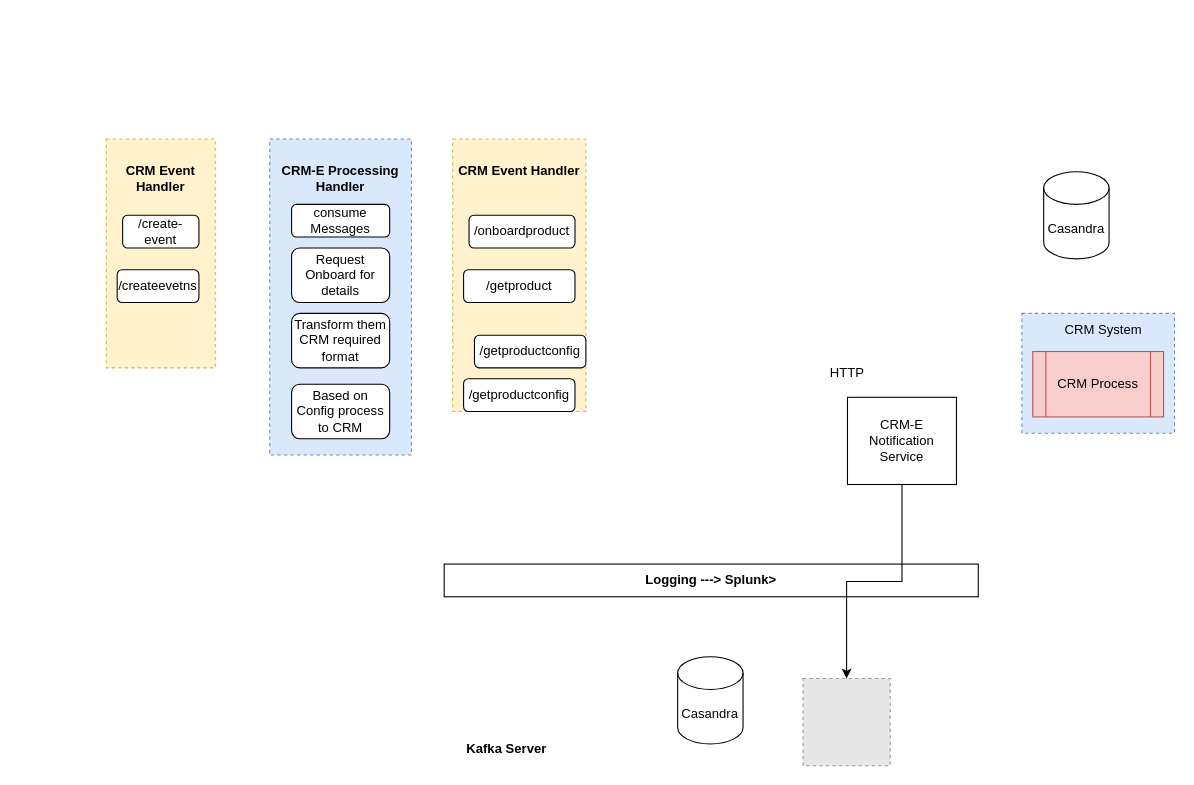
Above: page "Page-5" (5 of 5) of Untitled Diagram.drawio in thrivikramarajarao/easy_test_domain (draw.io), before the change. Source tidied: cells renumbered, new cells numbered last; positions are measured from the earlier drawing's top-left corner, leaving out a move shared by most shapes. Both pictures are drawn from the tidied source at 109%, with x=0, y=0 at pixel (106, 138). Pictures stored in the file or linked from it are replaced by grey dashed boxes.
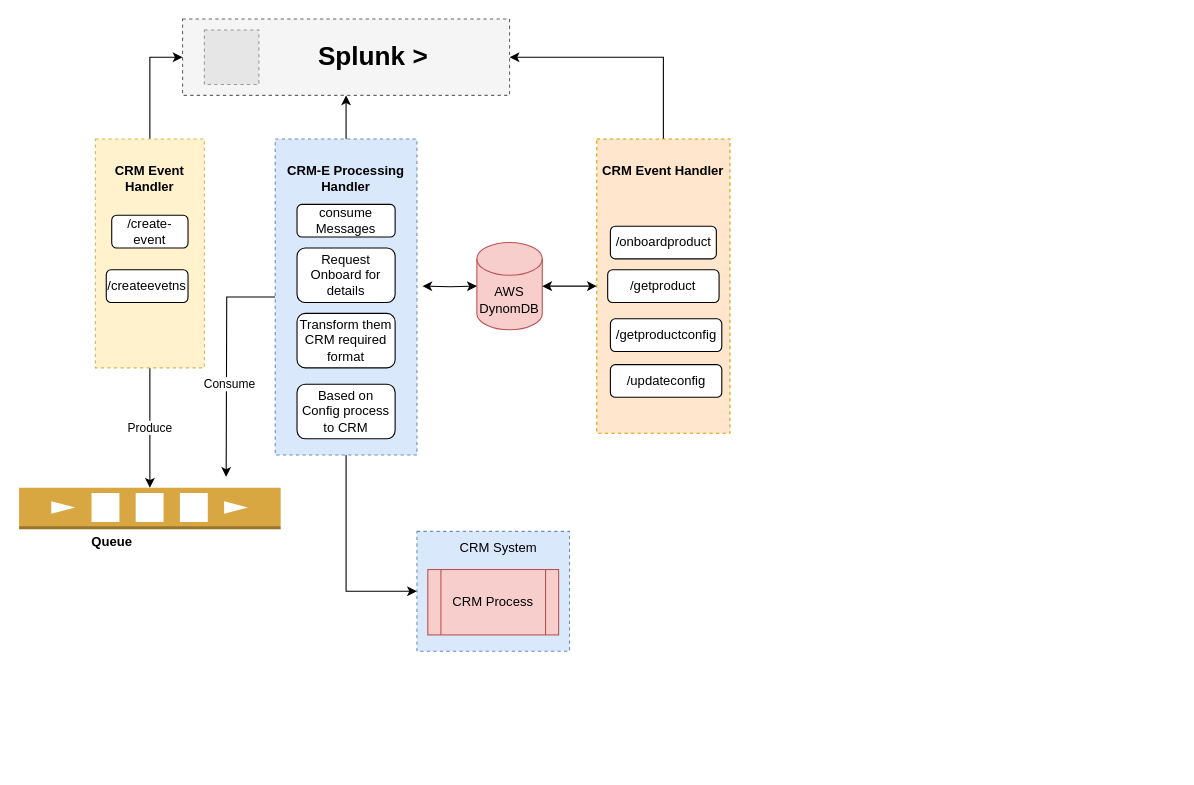
Above is the later version.

What changed in the source:
```diff
@@
-    <mxCell id="2" value="&lt;b&gt;Logging ---&amp;gt; Splunk&amp;gt;&lt;br&gt;&lt;/b&gt;" style="rounded=0;whiteSpace=wrap;html=1;" parent="1" vertex="1">
-      <mxGeometry x="310" y="390" width="490" height="30" as="geometry" />
-    </mxCell>
+    <mxCell id="26" style="rounded=0;whiteSpace=wrap;html=1;fillColor=#f5f5f5;fontColor=#333333;strokeColor=#666666;dashed=1;" parent="1" vertex="1">
+      <mxGeometry x="70" y="-110" width="300" height="70" as="geometry" />
+    </mxCell>
     <mxCell id="3" style="rounded=0;whiteSpace=wrap;html=1;dashed=1;fillColor=#dae8fc;strokeColor=#6c8ebf;" parent="1" vertex="1">
-      <mxGeometry x="840" y="160" width="140" height="110" as="geometry" />
+      <mxGeometry x="285" y="360" width="140" height="110" as="geometry" />
     </mxCell>
+    <mxCell id="27" value="Produce" style="edgeStyle=orthogonalEdgeStyle;rounded=0;jettySize=auto;html=1;" parent="1" edge="1" source="4" target="34">
+      <mxGeometry relative="1" as="geometry" />
+    </mxCell>
+    <mxCell id="28" style="edgeStyle=orthogonalEdgeStyle;rounded=0;jettySize=auto;html=1;entryX=0;entryY=0.5;entryDx=0;entryDy=0;" parent="1" edge="1" source="4" target="26">
+      <mxGeometry relative="1" as="geometry" />
+    </mxCell>
     <mxCell id="4" value="&lt;h4&gt;&lt;b&gt;CRM Event Handler&lt;/b&gt;&lt;/h4&gt;" style="rounded=0;whiteSpace=wrap;html=1;fillColor=#fff2cc;strokeColor=#d6b656;verticalAlign=top;dashed=1;" parent="1" vertex="1">
-      <mxGeometry width="100" height="210" as="geometry" />
+      <mxGeometry x="-10" width="100" height="210" as="geometry" />
     </mxCell>
+    <mxCell id="29" style="edgeStyle=orthogonalEdgeStyle;rounded=0;jettySize=auto;html=1;" parent="1" edge="1" source="5">
+      <mxGeometry relative="1" as="geometry">
+        <mxPoint x="110" y="310" as="targetPoint" />
+      </mxGeometry>
+    </mxCell>
+    <mxCell id="30" value="Consume" style="edgeLabel;html=1;align=center;verticalAlign=middle;" parent="29" vertex="1">
+      <mxGeometry x="0.18" y="2" relative="1" as="geometry" />
+    </mxCell>
+    <mxCell id="31" style="edgeStyle=orthogonalEdgeStyle;rounded=0;jettySize=auto;html=1;entryX=0.5;entryY=1;entryDx=0;entryDy=0;" parent="1" edge="1" source="5" target="26">
+      <mxGeometry relative="1" as="geometry" />
+    </mxCell>
+    <mxCell id="32" style="edgeStyle=orthogonalEdgeStyle;rounded=0;jettySize=auto;html=1;entryX=0;entryY=0.5;entryDx=0;entryDy=0;" parent="1" edge="1" source="5" target="3">
+      <mxGeometry relative="1" as="geometry" />
+    </mxCell>
     <mxCell id="5" value="&lt;h4 align=&quot;center&quot;&gt;&lt;font face=&quot;Helvetica&quot;&gt;&lt;span style=&quot;&quot;&gt;CRM-E Processing Handler &lt;/span&gt;&lt;/font&gt;&lt;/h4&gt;" style="rounded=0;whiteSpace=wrap;html=1;align=center;fontStyle=1;verticalAlign=top;fillColor=#dae8fc;strokeColor=#6c8ebf;dashed=1;" parent="1" vertex="1">
-      <mxGeometry x="150" width="130" height="290" as="geometry" />
+      <mxGeometry x="155" width="130" height="290" as="geometry" />
     </mxCell>
     <mxCell id="6" value="CRM System" style="text;html=1;strokeColor=none;fillColor=none;align=center;verticalAlign=middle;whiteSpace=wrap;rounded=0;" parent="1" vertex="1">
-      <mxGeometry x="870" y="160" width="90" height="30" as="geometry" />
+      <mxGeometry x="315" y="360" width="90" height="30" as="geometry" />
     </mxCell>
     <mxCell id="7" value="CRM Process " style="shape=process;whiteSpace=wrap;html=1;backgroundOutline=1;fillColor=#f8cecc;strokeColor=#b85450;" parent="1" vertex="1">
-      <mxGeometry x="850" y="195" width="120" height="60" as="geometry" />
+      <mxGeometry x="295" y="395" width="120" height="60" as="geometry" />
     </mxCell>
-    <mxCell id="8" value="HTTP" style="text;html=1;strokeColor=none;fillColor=none;align=center;verticalAlign=middle;whiteSpace=wrap;rounded=0;" parent="1" vertex="1">
-      <mxGeometry x="650" y="200" width="60" height="30" as="geometry" />
-    </mxCell>
-    <mxCell id="9" value="Casandra" style="shape=cylinder3;whiteSpace=wrap;html=1;boundedLbl=1;backgroundOutline=1;size=15;" parent="1" vertex="1">
-      <mxGeometry x="524.2" y="475" width="60" height="80" as="geometry" />
-    </mxCell>
-    <mxCell id="10" value="Casandra" style="shape=cylinder3;whiteSpace=wrap;html=1;boundedLbl=1;backgroundOutline=1;size=15;" parent="1" vertex="1">
-      <mxGeometry x="860" y="30" width="60" height="80" as="geometry" />
+    <mxCell id="10" value="AWS DynomDB" style="shape=cylinder3;whiteSpace=wrap;html=1;boundedLbl=1;backgroundOutline=1;size=15;fillColor=#f8cecc;strokeColor=#b85450;" parent="1" vertex="1">
+      <mxGeometry x="340" y="95" width="60" height="80" as="geometry" />
     </mxCell>
-    <mxCell id="11" value="&lt;b&gt;Kafka Server&lt;/b&gt;" style="text;html=1;strokeColor=none;fillColor=none;align=center;verticalAlign=middle;whiteSpace=wrap;rounded=0;" parent="1" vertex="1">
-      <mxGeometry x="322.4" y="545" width="90.8" height="30" as="geometry" />
+    <mxCell id="11" value="&lt;b&gt;Queue&lt;/b&gt;" style="text;html=1;strokeColor=none;fillColor=none;align=center;verticalAlign=middle;whiteSpace=wrap;rounded=0;" parent="1" vertex="1">
+      <mxGeometry x="-40" y="355" width="90.8" height="30" as="geometry" />
     </mxCell>
     <mxCell id="12" style="fillColor=#E6E6E6;strokeColor=#999999;dashed=1;html=1;verticalAlign=top;verticalLabelPosition=bottom;labelBackgroundColor=#ffffff;" parent="1" vertex="1">
-      <mxGeometry x="639.2" y="495" width="80" height="80" as="geometry" />
+      <mxGeometry x="90" y="-100" width="50" height="50" as="geometry" />
     </mxCell>
-    <mxCell id="13" style="edgeStyle=orthogonalEdgeStyle;rounded=0;jettySize=auto;html=1;" parent="1" edge="1" source="14" target="12">
-      <mxGeometry relative="1" as="geometry" />
-    </mxCell>
-    <mxCell id="14" value="CRM-E Notification Service" style="rounded=0;whiteSpace=wrap;html=1;" parent="1" vertex="1">
-      <mxGeometry x="680" y="237" width="100" height="80" as="geometry" />
-    </mxCell>
     <mxCell id="15" value="/create-event" style="rounded=1;whiteSpace=wrap;html=1;" parent="1" vertex="1">
-      <mxGeometry x="15" y="70" width="70" height="30" as="geometry" />
+      <mxGeometry x="5" y="70" width="70" height="30" as="geometry" />
     </mxCell>
     <mxCell id="16" value="/createevetns" style="rounded=1;whiteSpace=wrap;html=1;" parent="1" vertex="1">
-      <mxGeometry x="10" y="120" width="75" height="30" as="geometry" />
+      <mxGeometry y="120" width="75" height="30" as="geometry" />
     </mxCell>
     <mxCell id="17" value="consume Messages" style="rounded=1;whiteSpace=wrap;html=1;" parent="1" vertex="1">
-      <mxGeometry x="170" y="60" width="90" height="30" as="geometry" />
+      <mxGeometry x="175" y="60" width="90" height="30" as="geometry" />
     </mxCell>
     <mxCell id="18" value="Request Onboard for details " style="rounded=1;whiteSpace=wrap;html=1;" parent="1" vertex="1">
-      <mxGeometry x="170" y="100" width="90" height="50" as="geometry" />
+      <mxGeometry x="175" y="100" width="90" height="50" as="geometry" />
     </mxCell>
     <mxCell id="19" value="Transform them CRM required format " style="rounded=1;whiteSpace=wrap;html=1;" parent="1" vertex="1">
-      <mxGeometry x="170" y="160" width="90" height="50" as="geometry" />
+      <mxGeometry x="175" y="160" width="90" height="50" as="geometry" />
     </mxCell>
     <mxCell id="20" value="Based on Config process to CRM" style="rounded=1;whiteSpace=wrap;html=1;" parent="1" vertex="1">
-      <mxGeometry x="170" y="225" width="90" height="50" as="geometry" />
+      <mxGeometry x="175" y="225" width="90" height="50" as="geometry" />
     </mxCell>
+    <mxCell id="33" style="edgeStyle=orthogonalEdgeStyle;rounded=0;jettySize=auto;html=1;entryX=1;entryY=0.5;entryDx=0;entryDy=0;exitX=0.5;exitY=0;exitDx=0;exitDy=0;" parent="1" edge="1" source="21" target="26">
+      <mxGeometry relative="1" as="geometry" />
+    </mxCell>
-    <mxCell id="21" value="&lt;h4&gt;&lt;b&gt;CRM Event Handler&lt;/b&gt;&lt;/h4&gt;" style="rounded=0;whiteSpace=wrap;html=1;fillColor=#fff2cc;strokeColor=#d6b656;verticalAlign=top;dashed=1;" parent="1" vertex="1">
-      <mxGeometry x="317.8" width="122.2" height="250" as="geometry" />
+    <mxCell id="21" value="&lt;h4&gt;&lt;b&gt;CRM Event Handler&lt;/b&gt;&lt;/h4&gt;" style="rounded=0;whiteSpace=wrap;html=1;fillColor=#ffe6cc;strokeColor=#d79b00;verticalAlign=top;dashed=1;" parent="1" vertex="1">
+      <mxGeometry x="450" width="122.2" height="270" as="geometry" />
     </mxCell>
     <mxCell id="22" value="/onboardproduct" style="rounded=1;whiteSpace=wrap;html=1;" parent="1" vertex="1">
-      <mxGeometry x="332.8" y="70" width="97.2" height="30" as="geometry" />
+      <mxGeometry x="462.5" y="80" width="97.2" height="30" as="geometry" />
     </mxCell>
     <mxCell id="23" value="/getproduct" style="rounded=1;whiteSpace=wrap;html=1;" parent="1" vertex="1">
-      <mxGeometry x="327.8" y="120" width="102.2" height="30" as="geometry" />
+      <mxGeometry x="460" y="120" width="102.2" height="30" as="geometry" />
     </mxCell>
-    <mxCell id="24" value="/getproductconfig" style="rounded=1;whiteSpace=wrap;html=1;" parent="1" vertex="1">
-      <mxGeometry x="327.8" y="220" width="102.2" height="30" as="geometry" />
+    <mxCell id="24" value="/updateconfig" style="rounded=1;whiteSpace=wrap;html=1;" parent="1" vertex="1">
+      <mxGeometry x="462.5" y="207" width="102.2" height="30" as="geometry" />
     </mxCell>
     <mxCell id="25" value="/getproductconfig" style="rounded=1;whiteSpace=wrap;html=1;" parent="1" vertex="1">
-      <mxGeometry x="337.8" y="180" width="102.2" height="30" as="geometry" />
+      <mxGeometry x="462.5" y="165" width="102.2" height="30" as="geometry" />
     </mxCell>
+    <mxCell id="34" style="outlineConnect=0;dashed=0;verticalLabelPosition=bottom;verticalAlign=top;align=center;html=1;shape=mxgraph.aws3.queue;fillColor=#D9A741;gradientColor=none;" parent="1" vertex="1">
+      <mxGeometry x="-80" y="320" width="240" height="38" as="geometry" />
+    </mxCell>
+    <mxCell id="35" value="&lt;h1&gt;&lt;b&gt;Splunk &amp;gt;&lt;/b&gt;&lt;br&gt;&lt;/h1&gt;" style="text;html=1;align=center;verticalAlign=middle;whiteSpace=wrap;rounded=0;" parent="1" vertex="1">
+      <mxGeometry x="170" y="-90" width="150" height="30" as="geometry" />
+    </mxCell>
+    <mxCell id="36" style="edgeStyle=orthogonalEdgeStyle;rounded=0;jettySize=auto;html=1;entryX=0;entryY=0.5;entryDx=0;entryDy=0;entryPerimeter=0;startArrow=classic;startFill=1;" parent="1" edge="1" target="10">
+      <mxGeometry relative="1" as="geometry">
+        <mxPoint x="290" y="135" as="sourcePoint" />
+      </mxGeometry>
+    </mxCell>
+    <mxCell id="37" style="edgeStyle=orthogonalEdgeStyle;rounded=0;jettySize=auto;html=1;entryX=1;entryY=0.5;entryDx=0;entryDy=0;entryPerimeter=0;startArrow=classic;startFill=1;" parent="1" edge="1" source="21" target="10">
+      <mxGeometry relative="1" as="geometry" />
+    </mxCell>
```
